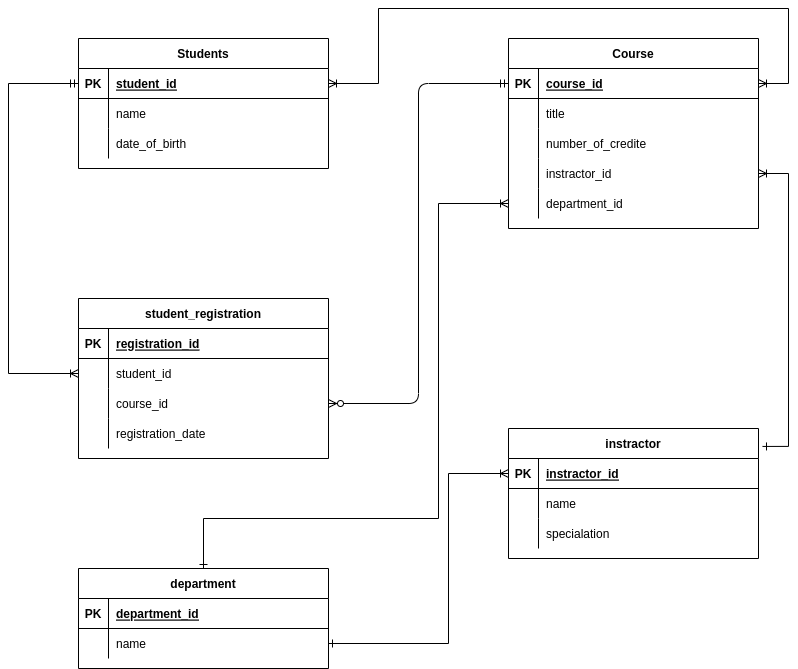
Above: cw10/Q1.png in Mohammad-R-N/CW9 (draw.io), before the change. Source tidied: cells renumbered, new cells last; positions are measured from the earlier drawing's top-left corner, leaving out a move shared by most shapes.
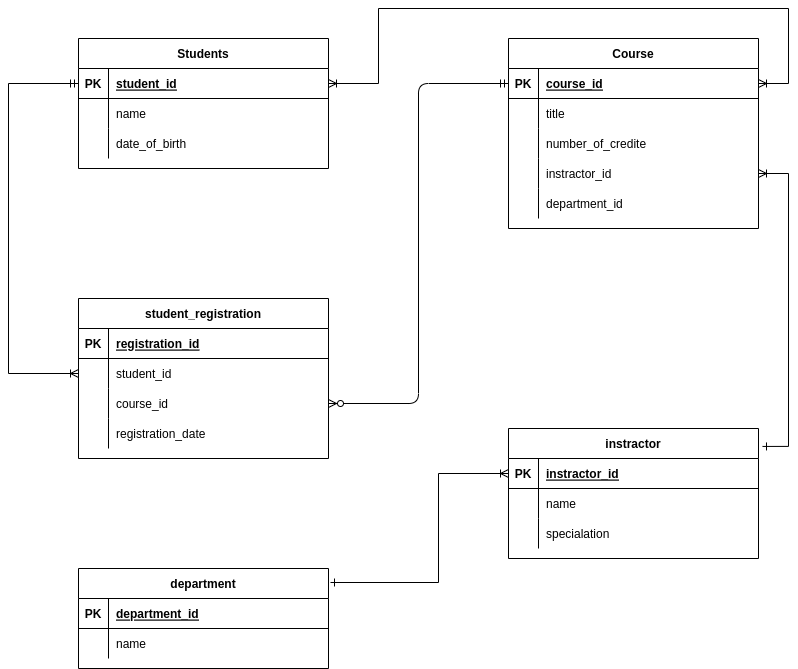
The same diagram one commit later.

What changed in the source:
```diff
@@ -138,14 +138,6 @@
     <mxCell id="43" value="date_of_birth" style="shape=partialRectangle;overflow=hidden;fillColor=none;top=0;left=0;bottom=0;right=0;align=left;spacingLeft=6;" parent="41" vertex="1">
       <mxGeometry x="30" width="220" height="30" as="geometry" />
     </mxCell>
-    <mxCell id="44" style="edgeStyle=orthogonalEdgeStyle;rounded=0;jettySize=auto;html=1;exitX=0;exitY=0.5;exitDx=0;exitDy=0;entryX=1;entryY=0.5;entryDx=0;entryDy=0;endArrow=ERone;endFill=0;startArrow=ERoneToMany;startFill=0;" parent="1" edge="1" source="46" target="60">
-      <mxGeometry relative="1" as="geometry">
-        <Array as="points">
-          <mxPoint x="440" y="465" />
-          <mxPoint x="440" y="635" />
-        </Array>
-      </mxGeometry>
-    </mxCell>
     <mxCell id="45" value="instractor" style="shape=table;startSize=30;rowLines=0;fontStyle=1;align=center;" parent="1" vertex="1">
       <mxGeometry x="500" y="420" width="250" height="130" as="geometry" />
     </mxCell>
@@ -176,12 +168,11 @@
     <mxCell id="54" value="specialation" style="shape=partialRectangle;overflow=hidden;fillColor=none;top=0;left=0;bottom=0;right=0;align=left;spacingLeft=6;" parent="52" vertex="1">
       <mxGeometry x="30" width="220" height="30" as="geometry" />
     </mxCell>
-    <mxCell id="55" style="rounded=0;jettySize=auto;html=1;exitX=0.5;exitY=0;exitDx=0;exitDy=0;entryX=0;entryY=0.5;entryDx=0;entryDy=0;startArrow=ERone;startFill=0;endArrow=ERoneToMany;endFill=0;edgeStyle=orthogonalEdgeStyle;" parent="1" edge="1" source="56" target="17">
+    <mxCell id="55" style="rounded=0;jettySize=auto;html=1;exitX=1.008;exitY=0.14;exitDx=0;exitDy=0;entryX=0;entryY=0.5;entryDx=0;entryDy=0;startArrow=ERone;startFill=0;endArrow=ERoneToMany;endFill=0;edgeStyle=orthogonalEdgeStyle;exitPerimeter=0;" parent="1" edge="1" source="56" target="46">
       <mxGeometry relative="1" as="geometry">
         <Array as="points">
-          <mxPoint x="195" y="510" />
-          <mxPoint x="430" y="510" />
-          <mxPoint x="430" y="195" />
+          <mxPoint x="430" y="574" />
+          <mxPoint x="430" y="465" />
         </Array>
       </mxGeometry>
     </mxCell>
```
